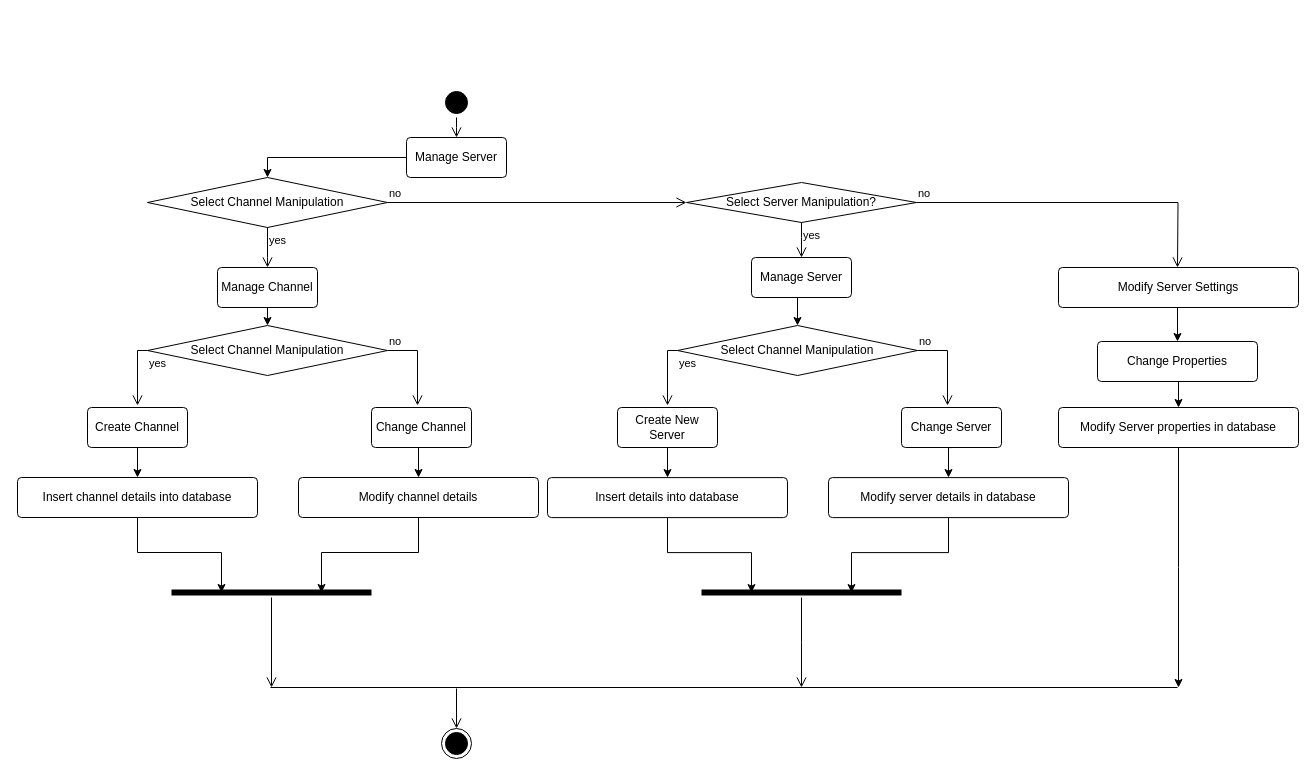
Before: Activity Diagram/Server Management Module.drawio in Harshul1484/BMP-, a draw.io diagram. Source tidied: cells renumbered, new cells numbered last; positions are measured from the earlier drawing's top-left corner, leaving out a move shared by most shapes. Both pictures are drawn from the tidied source at 100%, with x=0, y=0 at pixel (17, 87).
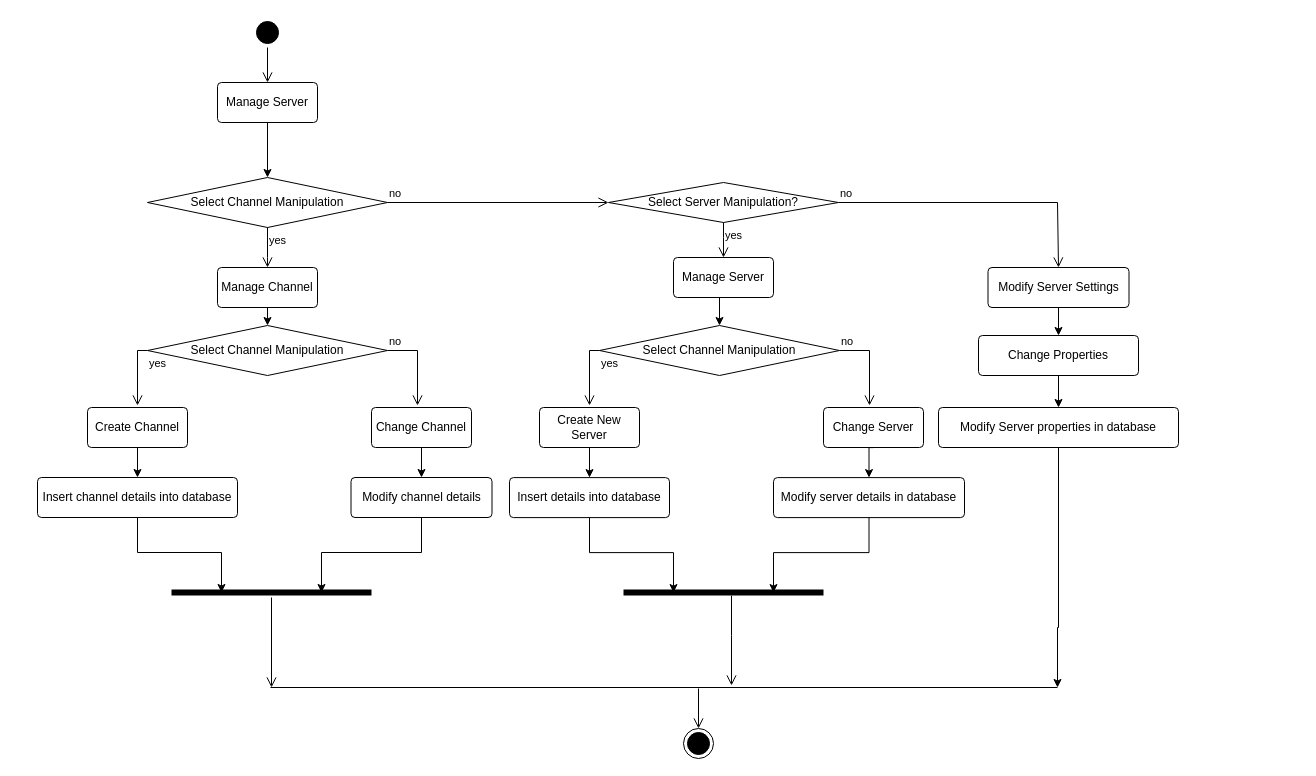
The same page after the edit.

Diff of the diagram source:
```diff
@@
     <mxCell id="2" style="ellipse;html=1;shape=startState;fillColor=#000000;strokeColor=#000000;" parent="1" vertex="1">
-      <mxGeometry x="424" width="30" height="30" as="geometry" />
+      <mxGeometry x="235" y="-70" width="30" height="30" as="geometry" />
     </mxCell>
-    <mxCell id="3" style="edgeStyle=orthogonalEdgeStyle;html=1;verticalAlign=bottom;endArrow=open;endSize=8;strokeColor=#000000;rounded=0;" parent="1" edge="1" source="2">
-      <mxGeometry relative="1" as="geometry">
-        <mxPoint x="439" y="50" as="targetPoint" />
-      </mxGeometry>
+    <mxCell id="3" style="edgeStyle=orthogonalEdgeStyle;html=1;verticalAlign=bottom;endArrow=open;endSize=8;strokeColor=#000000;rounded=0;entryX=0.5;entryY=0;entryDx=0;entryDy=0;" parent="1" edge="1" source="2" target="5">
+      <mxGeometry relative="1" as="geometry" />
     </mxCell>
-    <mxCell id="4" style="edgeStyle=orthogonalEdgeStyle;rounded=0;jettySize=auto;html=1;exitX=0;exitY=0.5;exitDx=0;exitDy=0;entryX=0.5;entryY=0;entryDx=0;entryDy=0;" parent="1" edge="1" source="5" target="6">
+    <mxCell id="4" style="edgeStyle=orthogonalEdgeStyle;rounded=0;jettySize=auto;html=1;exitX=0.5;exitY=1;exitDx=0;exitDy=0;entryX=0.5;entryY=0;entryDx=0;entryDy=0;" parent="1" edge="1" source="5" target="6">
       <mxGeometry relative="1" as="geometry" />
     </mxCell>
-    <mxCell id="5" value="Manage Server" style="rounded=1;arcSize=10;whiteSpace=wrap;html=1;align=center;" parent="1" vertex="1">
-      <mxGeometry x="389" y="50" width="100" height="40" as="geometry" />
+    <mxCell id="5" value="Manage Server" style="rounded=1;arcSize=10;whiteSpace=wrap;html=1;align=center;fillColor=none;" parent="1" vertex="1">
+      <mxGeometry x="200" y="-5" width="100" height="40" as="geometry" />
     </mxCell>
-    <mxCell id="6" value="Select Channel Manipulation" style="rhombus;whiteSpace=wrap;html=1;fontColor=#000000;fillColor=#FFFFFF;strokeColor=#000000;" parent="1" vertex="1">
+    <mxCell id="6" value="Select Channel Manipulation" style="rhombus;whiteSpace=wrap;html=1;fontColor=#000000;fillColor=none;strokeColor=#000000;" parent="1" vertex="1">
       <mxGeometry x="130" y="90" width="240" height="50" as="geometry" />
     </mxCell>
@@
-    <mxCell id="9" value="Select Server Manipulation?" style="rhombus;whiteSpace=wrap;html=1;fontColor=#000000;fillColor=#FFFFFF;strokeColor=#000000;" parent="1" vertex="1">
-      <mxGeometry x="669" y="95" width="230" height="40" as="geometry" />
+    <mxCell id="9" value="Select Server Manipulation?" style="rhombus;whiteSpace=wrap;html=1;fontColor=#000000;fillColor=none;strokeColor=#000000;" parent="1" vertex="1">
+      <mxGeometry x="591" y="95" width="230" height="40" as="geometry" />
     </mxCell>
-    <mxCell id="10" value="no" style="edgeStyle=orthogonalEdgeStyle;html=1;align=left;verticalAlign=bottom;endArrow=open;endSize=8;strokeColor=#000000;rounded=0;" parent="1" edge="1" source="9">
+    <mxCell id="10" value="no" style="edgeStyle=orthogonalEdgeStyle;html=1;align=left;verticalAlign=bottom;endArrow=open;endSize=8;strokeColor=#000000;rounded=0;entryX=0.5;entryY=0;entryDx=0;entryDy=0;" parent="1" edge="1" source="9" target="45">
       <mxGeometry x="-1" relative="1" as="geometry">
-        <mxPoint x="1160" y="180" as="targetPoint" />
+        <Array as="points">
+          <mxPoint x="1040" y="115" />
+          <mxPoint x="1040" y="180" />
+        </Array>
       </mxGeometry>
     </mxCell>
     <mxCell id="11" value="yes" style="edgeStyle=orthogonalEdgeStyle;html=1;align=left;verticalAlign=top;endArrow=open;endSize=8;strokeColor=#000000;rounded=0;" parent="1" edge="1" source="9">
       <mxGeometry x="-1" relative="1" as="geometry">
-        <mxPoint x="784" y="170" as="targetPoint" />
+        <mxPoint x="706" y="170" as="targetPoint" />
         <Array as="points">
-          <mxPoint x="784" y="150" />
-          <mxPoint x="784" y="150" />
+          <mxPoint x="706" y="150" />
+          <mxPoint x="706" y="150" />
         </Array>
       </mxGeometry>
     </mxCell>
@@
-    <mxCell id="13" value="Manage Server" style="rounded=1;arcSize=10;whiteSpace=wrap;html=1;align=center;" parent="1" vertex="1">
-      <mxGeometry x="734" y="170" width="100" height="40" as="geometry" />
+    <mxCell id="13" value="Manage Server" style="rounded=1;arcSize=10;whiteSpace=wrap;html=1;align=center;fillColor=none;" parent="1" vertex="1">
+      <mxGeometry x="656" y="170" width="100" height="40" as="geometry" />
     </mxCell>
@@
-    <mxCell id="15" value="Manage Channel" style="rounded=1;arcSize=10;whiteSpace=wrap;html=1;align=center;" parent="1" vertex="1">
+    <mxCell id="15" value="Manage Channel" style="rounded=1;arcSize=10;whiteSpace=wrap;html=1;align=center;fillColor=none;" parent="1" vertex="1">
       <mxGeometry x="200" y="180" width="100" height="40" as="geometry" />
     </mxCell>
-    <mxCell id="16" value="Select Channel Manipulation" style="rhombus;whiteSpace=wrap;html=1;fontColor=#000000;fillColor=#FFFFFF;strokeColor=#000000;" parent="1" vertex="1">
+    <mxCell id="16" value="Select Channel Manipulation" style="rhombus;whiteSpace=wrap;html=1;fontColor=#000000;fillColor=none;strokeColor=#000000;" parent="1" vertex="1">
       <mxGeometry x="130" y="238" width="240" height="50" as="geometry" />
     </mxCell>
@@
-    <mxCell id="20" value="Create Channel" style="rounded=1;arcSize=10;whiteSpace=wrap;html=1;align=center;" parent="1" vertex="1">
+    <mxCell id="20" value="Create Channel" style="rounded=1;arcSize=10;whiteSpace=wrap;html=1;align=center;fillColor=none;" parent="1" vertex="1">
       <mxGeometry x="70" y="320" width="100" height="40" as="geometry" />
     </mxCell>
@@
-    <mxCell id="22" value="Change Channel" style="rounded=1;arcSize=10;whiteSpace=wrap;html=1;align=center;" parent="1" vertex="1">
+    <mxCell id="22" value="Change Channel" style="rounded=1;arcSize=10;whiteSpace=wrap;html=1;align=center;fillColor=none;" parent="1" vertex="1">
       <mxGeometry x="354" y="320" width="100" height="40" as="geometry" />
     </mxCell>
-    <mxCell id="23" value="Insert channel details into database" style="rounded=1;arcSize=10;whiteSpace=wrap;html=1;align=center;" parent="1" vertex="1">
-      <mxGeometry y="390" width="240" height="40" as="geometry" />
+    <mxCell id="23" value="Insert channel details into database" style="rounded=1;arcSize=10;whiteSpace=wrap;html=1;align=center;fillColor=none;" parent="1" vertex="1">
+      <mxGeometry x="20" y="390" width="200" height="40" as="geometry" />
     </mxCell>
-    <mxCell id="24" value="Modify channel details" style="rounded=1;arcSize=10;whiteSpace=wrap;html=1;align=center;" parent="1" vertex="1">
-      <mxGeometry x="281" y="390" width="240" height="40" as="geometry" />
+    <mxCell id="24" value="Modify channel details" style="rounded=1;arcSize=10;whiteSpace=wrap;html=1;align=center;fillColor=none;" parent="1" vertex="1">
+      <mxGeometry x="333.5" y="390" width="141" height="40" as="geometry" />
     </mxCell>
@@
     <mxCell id="29" style="ellipse;html=1;shape=endState;fillColor=#000000;strokeColor=#000000;" parent="1" vertex="1">
-      <mxGeometry x="424" y="641" width="30" height="30" as="geometry" />
+      <mxGeometry x="666" y="641" width="30" height="30" as="geometry" />
     </mxCell>
     <mxCell id="30" style="edgeStyle=orthogonalEdgeStyle;html=1;verticalAlign=bottom;endArrow=open;endSize=8;strokeColor=#000000;rounded=0;" parent="1" edge="1">
       <mxGeometry relative="1" as="geometry">
-        <mxPoint x="439" y="601" as="sourcePoint" />
-        <mxPoint x="439" y="641" as="targetPoint" />
+        <mxPoint x="681" y="601" as="sourcePoint" />
+        <mxPoint x="681" y="641" as="targetPoint" />
       </mxGeometry>
     </mxCell>
-    <mxCell id="31" value="Select Channel Manipulation" style="rhombus;whiteSpace=wrap;html=1;fontColor=#000000;fillColor=#FFFFFF;strokeColor=#000000;" parent="1" vertex="1">
-      <mxGeometry x="660" y="238" width="240" height="50" as="geometry" />
+    <mxCell id="31" value="Select Channel Manipulation" style="rhombus;whiteSpace=wrap;html=1;fontColor=#000000;fillColor=none;strokeColor=#000000;" parent="1" vertex="1">
+      <mxGeometry x="582" y="238" width="240" height="50" as="geometry" />
     </mxCell>
     <mxCell id="32" value="no" style="edgeStyle=orthogonalEdgeStyle;html=1;align=left;verticalAlign=bottom;endArrow=open;endSize=8;strokeColor=#000000;rounded=0;" parent="1" edge="1" source="31">
       <mxGeometry x="-1" relative="1" as="geometry">
-        <mxPoint x="930" y="318" as="targetPoint" />
+        <mxPoint x="852" y="318" as="targetPoint" />
         <Array as="points">
-          <mxPoint x="930" y="263" />
+          <mxPoint x="852" y="263" />
         </Array>
       </mxGeometry>
     </mxCell>
     <mxCell id="33" value="yes" style="edgeStyle=orthogonalEdgeStyle;html=1;align=left;verticalAlign=top;endArrow=open;endSize=8;strokeColor=#000000;rounded=0;exitX=0;exitY=0.5;exitDx=0;exitDy=0;" parent="1" edge="1" source="31">
       <mxGeometry x="-1" relative="1" as="geometry">
-        <mxPoint x="650" y="318" as="targetPoint" />
+        <mxPoint x="572" y="318" as="targetPoint" />
         <Array as="points">
-          <mxPoint x="650" y="263" />
+          <mxPoint x="572" y="263" />
         </Array>
       </mxGeometry>
     </mxCell>
-    <mxCell id="34" value="Create New Server" style="rounded=1;arcSize=10;whiteSpace=wrap;html=1;align=center;" parent="1" vertex="1">
-      <mxGeometry x="600" y="320" width="100" height="40" as="geometry" />
+    <mxCell id="34" value="Create New Server" style="rounded=1;arcSize=10;whiteSpace=wrap;html=1;align=center;fillColor=none;" parent="1" vertex="1">
+      <mxGeometry x="522" y="320" width="100" height="40" as="geometry" />
     </mxCell>
-    <mxCell id="35" value="Change Server" style="rounded=1;arcSize=10;whiteSpace=wrap;html=1;align=center;" parent="1" vertex="1">
-      <mxGeometry x="884" y="320" width="100" height="40" as="geometry" />
+    <mxCell id="35" value="Change Server" style="rounded=1;arcSize=10;whiteSpace=wrap;html=1;align=center;fillColor=none;" parent="1" vertex="1">
+      <mxGeometry x="806" y="320" width="100" height="40" as="geometry" />
     </mxCell>
     <mxCell id="36" style="edgeStyle=orthogonalEdgeStyle;rounded=0;jettySize=auto;html=1;exitX=0.5;exitY=1;exitDx=0;exitDy=0;entryX=0.5;entryY=0;entryDx=0;entryDy=0;" parent="1" edge="1" target="38">
       <mxGeometry relative="1" as="geometry">
-        <mxPoint x="650" y="360.1" as="sourcePoint" />
+        <mxPoint x="572" y="360.1" as="sourcePoint" />
       </mxGeometry>
     </mxCell>
     <mxCell id="37" style="edgeStyle=orthogonalEdgeStyle;rounded=0;jettySize=auto;html=1;exitX=0.5;exitY=1;exitDx=0;exitDy=0;entryX=0.5;entryY=0;entryDx=0;entryDy=0;" parent="1" edge="1" target="39">
       <mxGeometry relative="1" as="geometry">
-        <mxPoint x="934" y="360.1" as="sourcePoint" />
+        <mxPoint x="856" y="360.1" as="sourcePoint" />
       </mxGeometry>
     </mxCell>
-    <mxCell id="38" value="Insert details into database" style="rounded=1;arcSize=10;whiteSpace=wrap;html=1;align=center;" parent="1" vertex="1">
-      <mxGeometry x="530" y="390.1" width="240" height="40" as="geometry" />
+    <mxCell id="38" value="Insert details into database" style="rounded=1;arcSize=10;whiteSpace=wrap;html=1;align=center;fillColor=none;" parent="1" vertex="1">
+      <mxGeometry x="492" y="390.1" width="160" height="40" as="geometry" />
     </mxCell>
-    <mxCell id="39" value="Modify server details in database" style="rounded=1;arcSize=10;whiteSpace=wrap;html=1;align=center;" parent="1" vertex="1">
-      <mxGeometry x="811" y="390.1" width="240" height="40" as="geometry" />
+    <mxCell id="39" value="Modify server details in database" style="rounded=1;arcSize=10;whiteSpace=wrap;html=1;align=center;fillColor=none;" parent="1" vertex="1">
+      <mxGeometry x="756" y="390.1" width="191" height="40" as="geometry" />
     </mxCell>
     <mxCell id="40" style="shape=line;html=1;strokeWidth=6;strokeColor=#000000;" parent="1" vertex="1">
-      <mxGeometry x="684" y="500.1" width="200" height="10" as="geometry" />
+      <mxGeometry x="606" y="500.1" width="200" height="10" as="geometry" />
     </mxCell>
-    <mxCell id="41" style="edgeStyle=orthogonalEdgeStyle;html=1;verticalAlign=bottom;endArrow=open;endSize=8;strokeColor=#000000;rounded=0;" parent="1" edge="1" source="40">
+    <mxCell id="41" style="edgeStyle=orthogonalEdgeStyle;html=1;verticalAlign=bottom;endArrow=open;endSize=8;strokeColor=#000000;rounded=0;" parent="1" edge="1">
       <mxGeometry relative="1" as="geometry">
-        <mxPoint x="784" y="600" as="targetPoint" />
+        <mxPoint x="714" y="508.1" as="sourcePoint" />
+        <mxPoint x="714" y="598" as="targetPoint" />
+        <Array as="points">
+          <mxPoint x="714" y="548" />
+          <mxPoint x="714" y="548" />
+        </Array>
       </mxGeometry>
     </mxCell>
@@
-    <mxCell id="45" value="Modify Server Settings" style="rounded=1;arcSize=10;whiteSpace=wrap;html=1;align=center;" parent="1" vertex="1">
-      <mxGeometry x="1041" y="180" width="240" height="40" as="geometry" />
+    <mxCell id="45" value="Modify Server Settings" style="rounded=1;arcSize=10;whiteSpace=wrap;html=1;align=center;fillColor=none;" parent="1" vertex="1">
+      <mxGeometry x="970.5" y="180" width="141" height="40" as="geometry" />
     </mxCell>
@@
-    <mxCell id="47" value="Change Properties" style="rounded=1;arcSize=10;whiteSpace=wrap;html=1;align=center;" parent="1" vertex="1">
-      <mxGeometry x="1080" y="254" width="160" height="40" as="geometry" />
+    <mxCell id="47" value="Change Properties" style="rounded=1;arcSize=10;whiteSpace=wrap;html=1;align=center;fillColor=none;" parent="1" vertex="1">
+      <mxGeometry x="961" y="248" width="160" height="40" as="geometry" />
     </mxCell>
     <mxCell id="48" style="edgeStyle=orthogonalEdgeStyle;rounded=0;jettySize=auto;html=1;exitX=0.5;exitY=1;exitDx=0;exitDy=0;" parent="1" edge="1" source="49">
       <mxGeometry relative="1" as="geometry">
-        <mxPoint x="1161" y="600" as="targetPoint" />
+        <mxPoint x="1040" y="600" as="targetPoint" />
+        <Array as="points">
+          <mxPoint x="1041" y="540" />
+          <mxPoint x="1040" y="540" />
+        </Array>
       </mxGeometry>
     </mxCell>
-    <mxCell id="49" value="Modify Server properties in database" style="rounded=1;arcSize=10;whiteSpace=wrap;html=1;align=center;" parent="1" vertex="1">
-      <mxGeometry x="1041" y="320" width="240" height="40" as="geometry" />
+    <mxCell id="49" value="Modify Server properties in database" style="rounded=1;arcSize=10;whiteSpace=wrap;html=1;align=center;fillColor=none;" parent="1" vertex="1">
+      <mxGeometry x="921" y="320" width="240" height="40" as="geometry" />
     </mxCell>
     <mxCell id="50" style="endArrow=none;html=1;rounded=0;" parent="1" edge="1">
       <mxGeometry relative="1" as="geometry">
         <mxPoint x="253" y="600" as="sourcePoint" />
-        <mxPoint x="1160" y="600" as="targetPoint" />
+        <mxPoint x="1040" y="600" as="targetPoint" />
       </mxGeometry>
     </mxCell>
```
